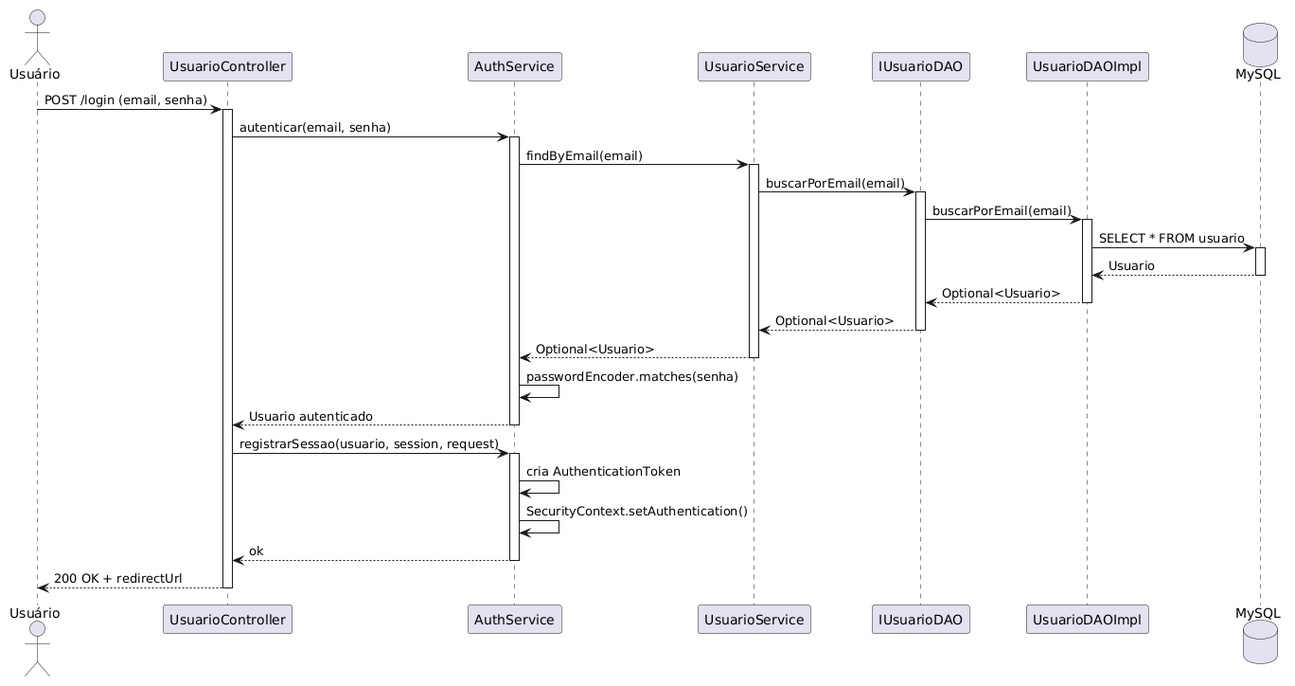
The PlantUML diagram Diagramas/Diagramas de Sequência/LoginCadastro/Diagrama de Sequencia - Login.png in MatheusAbib/Jornal-de-Receitas, before a commit.
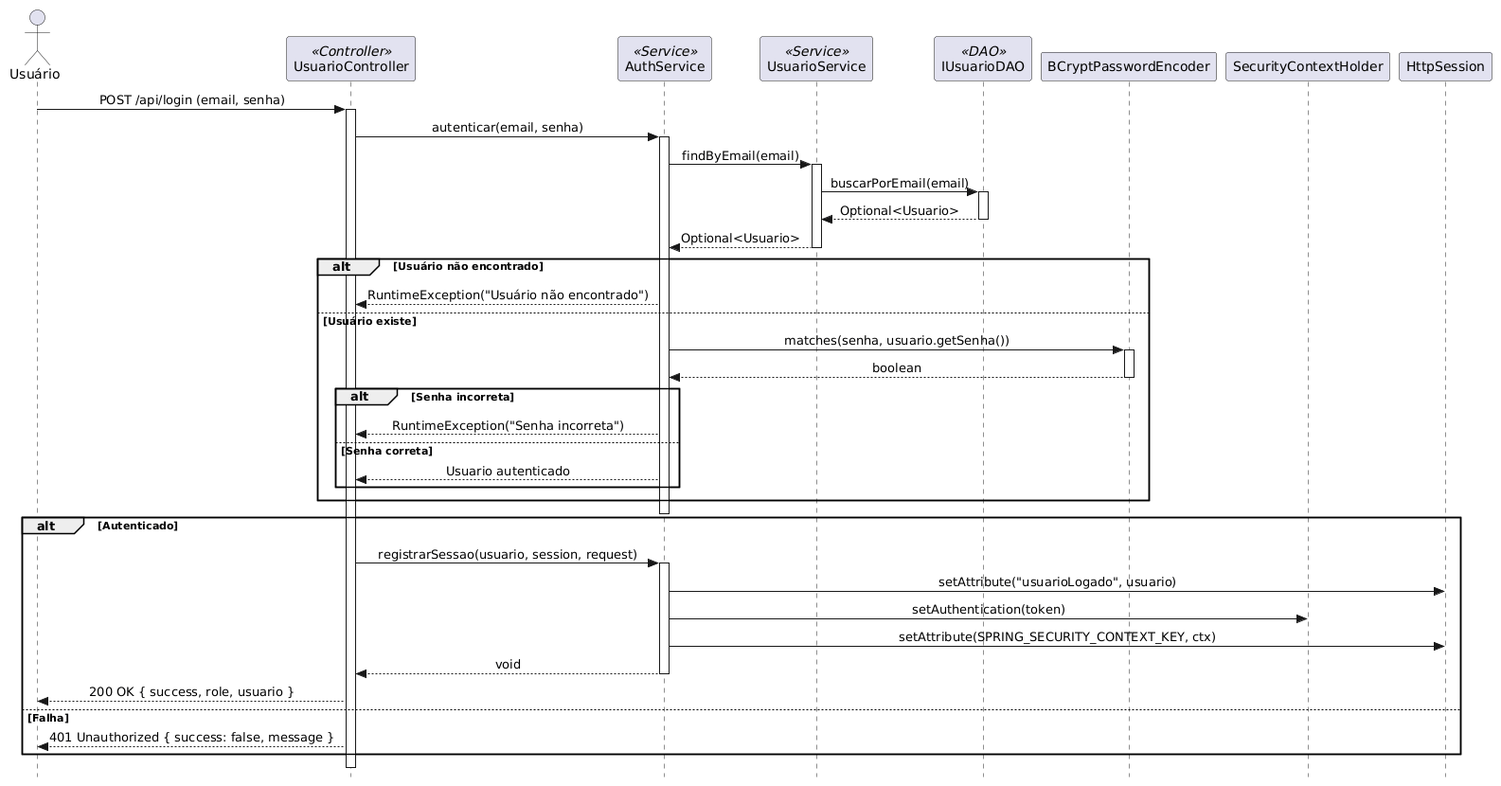
Later version of the same file.

Change to the diagram source:
```diff
@@ -1,46 +1,54 @@
 @startuml
+skinparam style strictuml
+skinparam sequenceMessageAlign center
+skinparam shadowing false
+
 actor "Usuário" as user
-participant "UsuarioController" as controller
-participant "AuthService" as auth
-participant "UsuarioService" as service
-participant "IUsuarioDAO" as dao
-participant "UsuarioDAOImpl" as impl
-database "MySQL" as db
+participant "UsuarioController" as ctrl <<Controller>>
+participant "AuthService" as auth <<Service>>
+participant "UsuarioService" as svc <<Service>>
+participant "IUsuarioDAO" as dao <<DAO>>
+participant "BCryptPasswordEncoder" as encoder
+participant "SecurityContextHolder" as ctx
+participant "HttpSession" as session
 
-user -> controller : POST /login (email, senha)
-activate controller
-
-controller -> auth : autenticar(email, senha)
+user -> ctrl: POST /api/login (email, senha)
+activate ctrl
+ctrl -> auth: autenticar(email, senha)
 activate auth
-
-auth -> service : findByEmail(email)
-activate service
-service -> dao : buscarPorEmail(email)
+auth -> svc: findByEmail(email)
+activate svc
+svc -> dao: buscarPorEmail(email)
 activate dao
-dao -> impl : buscarPorEmail(email)
-activate impl
-impl -> db : SELECT * FROM usuario
-activate db
-db --> impl : Usuario
-deactivate db
-impl --> dao : Optional<Usuario>
-deactivate impl
-dao --> service : Optional<Usuario>
+dao --> svc: Optional<Usuario>
 deactivate dao
-service --> auth : Optional<Usuario>
-deactivate service
-
-auth -> auth : passwordEncoder.matches(senha)
-auth --> controller : Usuario autenticado
+svc --> auth: Optional<Usuario>
+deactivate svc
+alt Usuário não encontrado
+    auth --> ctrl: RuntimeException("Usuário não encontrado")
+else Usuário existe
+    auth -> encoder: matches(senha, usuario.getSenha())
+    activate encoder
+    encoder --> auth: boolean
+    deactivate encoder
+    alt Senha incorreta
+        auth --> ctrl: RuntimeException("Senha incorreta")
+    else Senha correta
+        auth --> ctrl: Usuario autenticado
+    end
+end
 deactivate auth
-
-controller -> auth : registrarSessao(usuario, session, request)
-activate auth
-auth -> auth : cria AuthenticationToken
-auth -> auth : SecurityContext.setAuthentication()
-auth --> controller : ok
-deactivate auth
-
-controller --> user : 200 OK + redirectUrl
-deactivate controller
+alt Autenticado
+    ctrl -> auth: registrarSessao(usuario, session, request)
+    activate auth
+    auth -> session: setAttribute("usuarioLogado", usuario)
+    auth -> ctx: setAuthentication(token)
+    auth -> session: setAttribute(SPRING_SECURITY_CONTEXT_KEY, ctx)
+    auth --> ctrl: void
+    deactivate auth
+    ctrl --> user: 200 OK { success, role, usuario }
+else Falha
+    ctrl --> user: 401 Unauthorized { success: false, message }
+end
+deactivate ctrl
 @enduml
```
